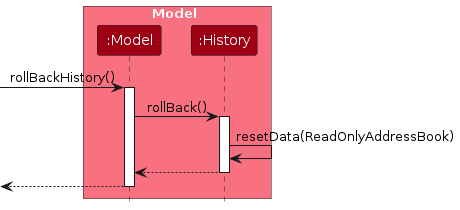
The PlantUML diagram diagrams/UndoSequenceDiagram-Model.png in Rishit02/tp, before a commit. Its source is kept beside it as diagrams/UndoSequenceDiagram-Model.puml.
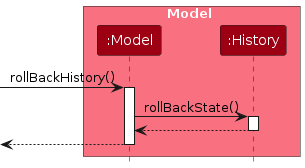
After the change.

What changed in the source:
```diff
@@ -10,10 +10,9 @@
 [-> Model : rollBackHistory()
 activate Model
 
-Model -> VersionedAddressBook : rollBack()
+Model -> VersionedAddressBook : rollBackState()
 activate VersionedAddressBook
 
-VersionedAddressBook -> VersionedAddressBook :resetData(ReadOnlyAddressBook)
 VersionedAddressBook --> Model :
 deactivate VersionedAddressBook
 
```
